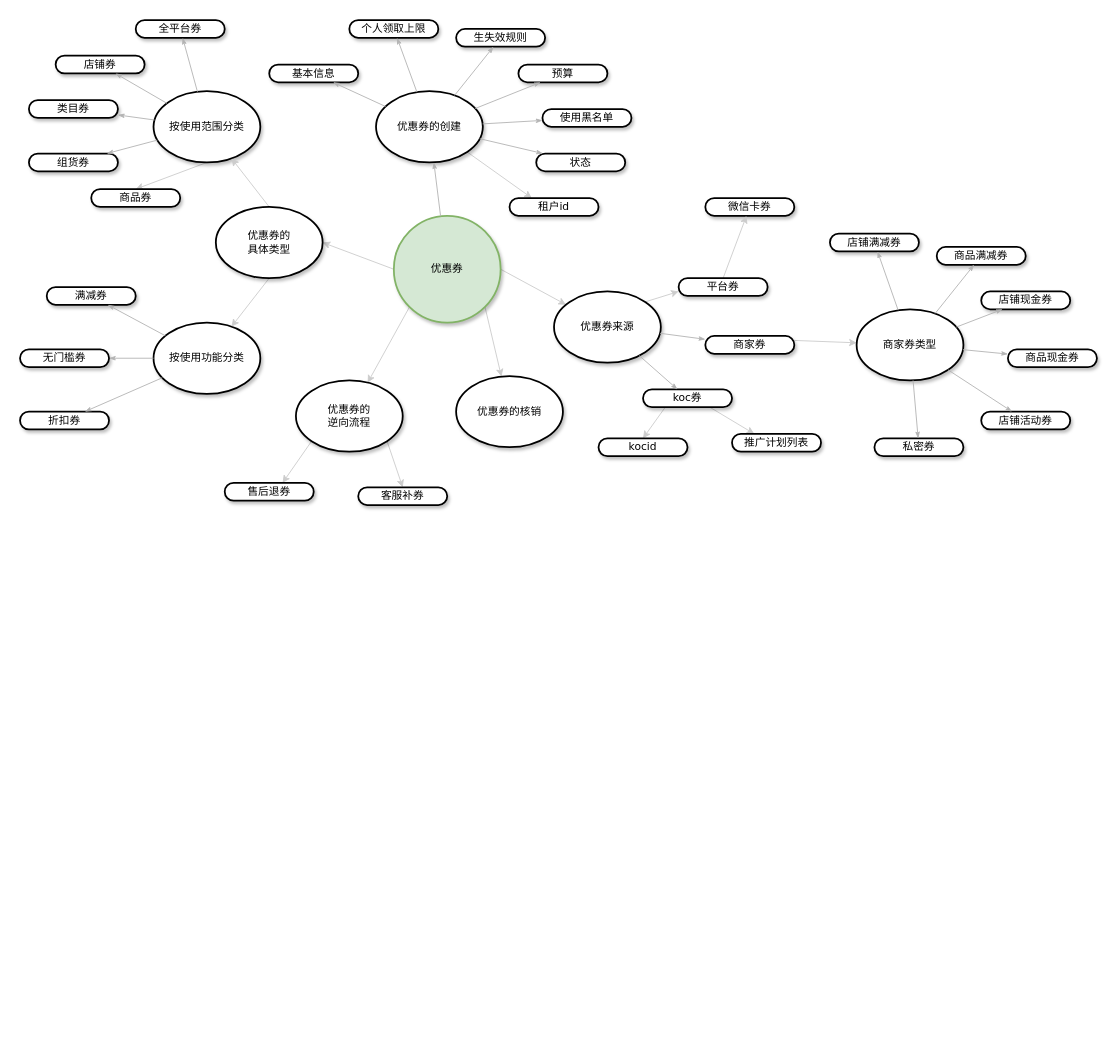
zengcrvip/basedemo keeps this draw.io diagram as page "Page-35" (27 of 28) of Untitled Diagram.drawio. Above is the earlier version. Source tidied: cells renumbered, new cells numbered last; positions are measured from the earlier drawing's top-left corner, leaving out a move shared by most shapes. Both pictures are drawn from the tidied source at 89%, with x=0, y=0 at pixel (20, 20).
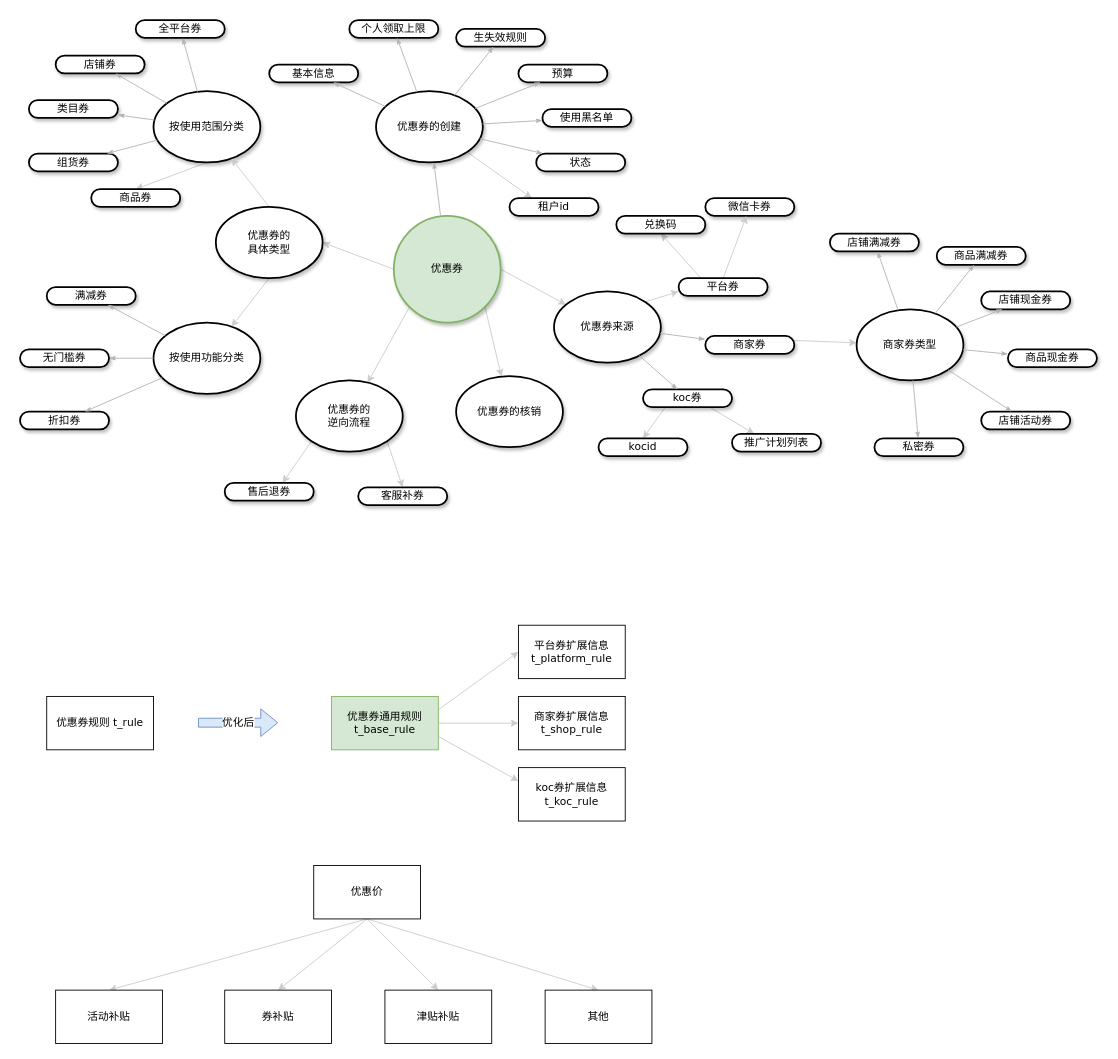
The same page after the edit.

Unchanged cells that the change refers to:
```xml
<mxCell id="43" value="&lt;span&gt;平台券&lt;/span&gt;" style="whiteSpace=wrap;html=1;rounded=1;shadow=1;comic=0;labelBackgroundColor=none;strokeWidth=2;fontFamily=Verdana;fontSize=12;align=center;arcSize=50;" parent="1" vertex="1">
  <mxGeometry x="740" y="290" width="100" height="20" as="geometry" />
</mxCell>
```

Diff of the diagram source:
```diff
@@
+    <mxCell id="77" style="edgeStyle=none;rounded=1;jettySize=auto;html=1;exitX=0.25;exitY=0;exitDx=0;exitDy=0;entryX=0.5;entryY=1;entryDx=0;entryDy=0;labelBackgroundColor=default;fontFamily=Verdana;fontSize=12;fontColor=#000000;strokeColor=#CCCCCC;" parent="1" edge="1" source="43" target="78">
+      <mxGeometry relative="1" as="geometry" />
+    </mxCell>
@@
+    <mxCell id="78" value="&lt;span&gt;兑换码&lt;/span&gt;" style="whiteSpace=wrap;html=1;rounded=1;shadow=1;comic=0;labelBackgroundColor=none;strokeWidth=2;fontFamily=Verdana;fontSize=12;align=center;arcSize=50;" parent="1" vertex="1">
+      <mxGeometry x="670" y="220" width="100" height="20" as="geometry" />
+    </mxCell>
+    <mxCell id="79" value="优惠券规则 t_rule" style="rounded=0;whiteSpace=wrap;html=1;fontFamily=Verdana;fontSize=12;fontColor=#000000;align=center;" parent="1" vertex="1">
+      <mxGeometry x="30" y="760" width="120" height="60" as="geometry" />
+    </mxCell>
+    <mxCell id="80" style="edgeStyle=none;rounded=1;jettySize=auto;html=1;exitX=1;exitY=0.25;exitDx=0;exitDy=0;entryX=0;entryY=0.5;entryDx=0;entryDy=0;labelBackgroundColor=default;fontFamily=Verdana;fontSize=12;fontColor=#000000;strokeColor=#CCCCCC;" parent="1" edge="1" source="83" target="84">
+      <mxGeometry relative="1" as="geometry" />
+    </mxCell>
+    <mxCell id="81" style="edgeStyle=none;rounded=1;jettySize=auto;html=1;exitX=1;exitY=0.5;exitDx=0;exitDy=0;entryX=0;entryY=0.5;entryDx=0;entryDy=0;labelBackgroundColor=default;fontFamily=Verdana;fontSize=12;fontColor=#000000;strokeColor=#CCCCCC;" parent="1" edge="1" source="83" target="85">
+      <mxGeometry relative="1" as="geometry" />
+    </mxCell>
+    <mxCell id="82" style="edgeStyle=none;rounded=1;jettySize=auto;html=1;exitX=1;exitY=0.75;exitDx=0;exitDy=0;entryX=0;entryY=0.25;entryDx=0;entryDy=0;labelBackgroundColor=default;fontFamily=Verdana;fontSize=12;fontColor=#000000;strokeColor=#CCCCCC;" parent="1" edge="1" source="83" target="86">
+      <mxGeometry relative="1" as="geometry" />
+    </mxCell>
+    <mxCell id="83" value="优惠券通用规则 t_base_rule" style="rounded=0;whiteSpace=wrap;html=1;fontFamily=Verdana;fontSize=12;align=center;fillColor=#d5e8d4;strokeColor=#82b366;" parent="1" vertex="1">
+      <mxGeometry x="350" y="760" width="120" height="60" as="geometry" />
+    </mxCell>
+    <mxCell id="84" value="平台券扩展信息&lt;br&gt;t_&lt;span&gt;platform_rule&lt;br&gt;&lt;/span&gt;" style="rounded=0;whiteSpace=wrap;html=1;fontFamily=Verdana;fontSize=12;fontColor=#000000;align=center;" parent="1" vertex="1">
+      <mxGeometry x="560" y="680" width="120" height="60" as="geometry" />
+    </mxCell>
+    <mxCell id="85" value="商家券扩展信息&lt;br&gt;t_shop&lt;span&gt;_rule&lt;br&gt;&lt;/span&gt;" style="rounded=0;whiteSpace=wrap;html=1;fontFamily=Verdana;fontSize=12;fontColor=#000000;align=center;" parent="1" vertex="1">
+      <mxGeometry x="560" y="760" width="120" height="60" as="geometry" />
+    </mxCell>
+    <mxCell id="86" value="koc券扩展信息&lt;br&gt;t_koc&lt;span&gt;_rule&lt;br&gt;&lt;/span&gt;" style="rounded=0;whiteSpace=wrap;html=1;fontFamily=Verdana;fontSize=12;fontColor=#000000;align=center;" parent="1" vertex="1">
+      <mxGeometry x="560" y="840" width="120" height="60" as="geometry" />
+    </mxCell>
+    <mxCell id="87" value="优化后" style="shape=flexArrow;endArrow=classic;html=1;rounded=1;labelBackgroundColor=default;fontFamily=Verdana;fontSize=12;fontColor=#000000;strokeColor=#6c8ebf;fillColor=#dae8fc;" parent="1" edge="1">
+      <mxGeometry relative="1" as="geometry">
+        <mxPoint x="200" y="789.5" as="sourcePoint" />
+        <mxPoint x="290" y="789.5" as="targetPoint" />
+      </mxGeometry>
+    </mxCell>
+    <mxCell id="88" style="edgeStyle=none;rounded=1;jettySize=auto;html=1;exitX=0.5;exitY=1;exitDx=0;exitDy=0;entryX=0.5;entryY=0;entryDx=0;entryDy=0;labelBackgroundColor=default;fontFamily=Verdana;fontSize=12;fontColor=#000000;strokeColor=#CCCCCC;" parent="1" edge="1" source="92" target="94">
+      <mxGeometry relative="1" as="geometry" />
+    </mxCell>
+    <mxCell id="89" style="edgeStyle=none;rounded=1;jettySize=auto;html=1;exitX=0.5;exitY=1;exitDx=0;exitDy=0;entryX=0.5;entryY=0;entryDx=0;entryDy=0;labelBackgroundColor=default;fontFamily=Verdana;fontSize=12;fontColor=#000000;strokeColor=#CCCCCC;" parent="1" edge="1" source="92" target="95">
+      <mxGeometry relative="1" as="geometry" />
+    </mxCell>
+    <mxCell id="90" style="edgeStyle=none;rounded=1;jettySize=auto;html=1;exitX=0.5;exitY=1;exitDx=0;exitDy=0;entryX=0.5;entryY=0;entryDx=0;entryDy=0;labelBackgroundColor=default;fontFamily=Verdana;fontSize=12;fontColor=#000000;strokeColor=#CCCCCC;" parent="1" edge="1" source="92" target="96">
+      <mxGeometry relative="1" as="geometry" />
+    </mxCell>
+    <mxCell id="91" style="edgeStyle=none;rounded=1;jettySize=auto;html=1;exitX=0.5;exitY=1;exitDx=0;exitDy=0;entryX=0.5;entryY=0;entryDx=0;entryDy=0;labelBackgroundColor=default;fontFamily=Verdana;fontSize=12;fontColor=#000000;strokeColor=#CCCCCC;" parent="1" edge="1" source="92" target="93">
+      <mxGeometry relative="1" as="geometry" />
+    </mxCell>
+    <mxCell id="92" value="优惠价" style="rounded=0;whiteSpace=wrap;html=1;fontFamily=Verdana;fontSize=12;fontColor=#000000;align=center;" parent="1" vertex="1">
+      <mxGeometry x="330" y="950" width="120" height="60" as="geometry" />
+    </mxCell>
+    <mxCell id="93" value="活动补贴" style="rounded=0;whiteSpace=wrap;html=1;fontFamily=Verdana;fontSize=12;fontColor=#000000;align=center;" parent="1" vertex="1">
+      <mxGeometry x="40" y="1090" width="120" height="60" as="geometry" />
+    </mxCell>
+    <mxCell id="94" value="券补贴" style="rounded=0;whiteSpace=wrap;html=1;fontFamily=Verdana;fontSize=12;fontColor=#000000;align=center;" parent="1" vertex="1">
+      <mxGeometry x="230" y="1090" width="120" height="60" as="geometry" />
+    </mxCell>
+    <mxCell id="95" value="津贴补贴" style="rounded=0;whiteSpace=wrap;html=1;fontFamily=Verdana;fontSize=12;fontColor=#000000;align=center;" parent="1" vertex="1">
+      <mxGeometry x="410" y="1090" width="120" height="60" as="geometry" />
+    </mxCell>
+    <mxCell id="96" value="其他" style="rounded=0;whiteSpace=wrap;html=1;fontFamily=Verdana;fontSize=12;fontColor=#000000;align=center;" parent="1" vertex="1">
+      <mxGeometry x="590" y="1090" width="120" height="60" as="geometry" />
+    </mxCell>
```
